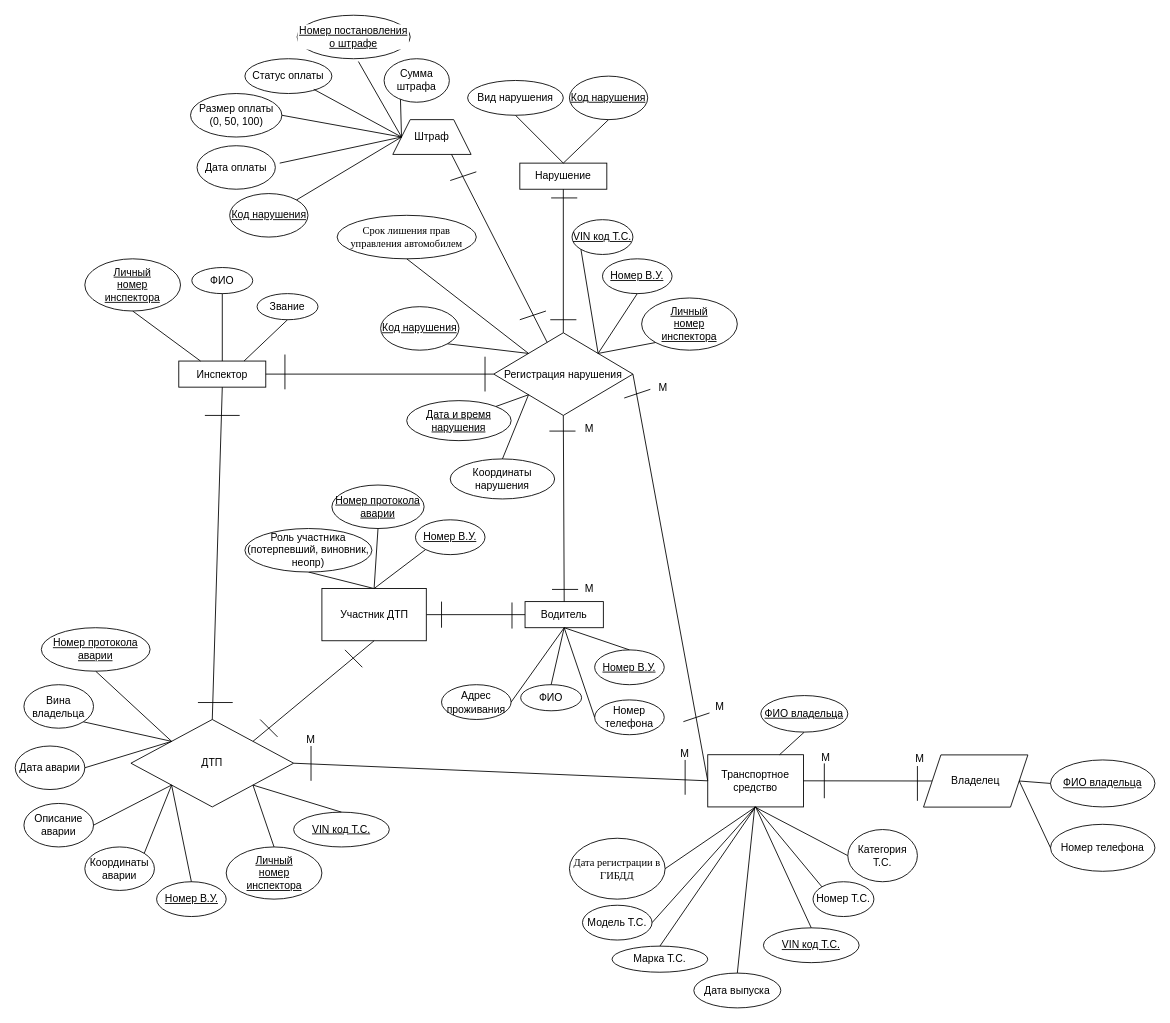
The draw.io diagram Диаграмма без названия.drawio in GAIshnik02/dbLab2, before the edit. Source tidied: cells renumbered, new cells numbered last; positions are measured from the earlier drawing's top-left corner, leaving out a move shared by most shapes. Both pictures are drawn from the tidied source at 87%, with x=0, y=0 at pixel (15, 15).
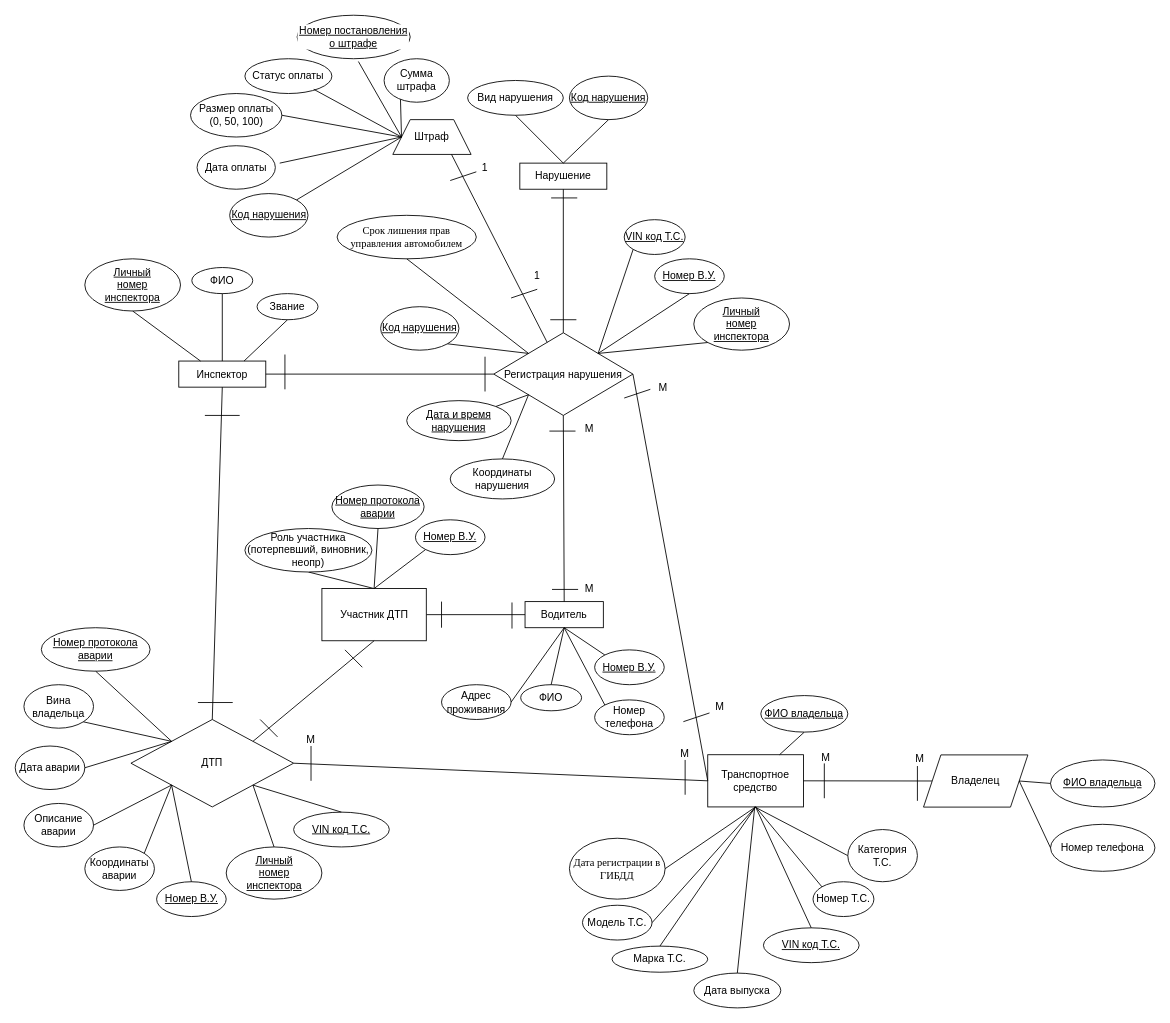
The same diagram, later.

The change refers to these unchanged cells:
```xml
<mxCell id="3" value="Водитель" style="rounded=0;whiteSpace=wrap;html=1;" parent="1" vertex="1">
  <mxGeometry x="586" y="674" width="90" height="30" as="geometry" />
</mxCell>
<mxCell id="6" value="Номер В.У." style="ellipse;whiteSpace=wrap;html=1;fontStyle=4;" parent="1" vertex="1">
  <mxGeometry x="666" y="729.5" width="80" height="40" as="geometry" />
</mxCell>
<mxCell id="8" value="Номер телефона" style="ellipse;whiteSpace=wrap;html=1;" parent="1" vertex="1">
  <mxGeometry x="666" y="787" width="80" height="40" as="geometry" />
</mxCell>
```

What changed in the source:
```diff
@@
-    <mxCell id="7" style="endArrow=none;html=1;rounded=0;entryX=0.5;entryY=0;entryDx=0;entryDy=0;" parent="1" edge="1" target="6">
+    <mxCell id="7" style="endArrow=none;html=1;rounded=0;entryX=0;entryY=0;entryDx=0;entryDy=0;" parent="1" edge="1" target="6">
       <mxGeometry relative="1" as="geometry">
         <mxPoint x="631" y="704" as="sourcePoint" />
       </mxGeometry>
     </mxCell>
@@
-    <mxCell id="9" style="endArrow=none;html=1;rounded=0;entryX=0;entryY=0.5;entryDx=0;entryDy=0;exitX=0.5;exitY=1;exitDx=0;exitDy=0;" parent="1" edge="1" source="3" target="8">
+    <mxCell id="9" style="endArrow=none;html=1;rounded=0;entryX=0;entryY=0;entryDx=0;entryDy=0;exitX=0.5;exitY=1;exitDx=0;exitDy=0;" parent="1" edge="1" source="3" target="8">
       <mxGeometry relative="1" as="geometry" />
     </mxCell>
@@
     <mxCell id="38" value="Номер В.У." style="ellipse;whiteSpace=wrap;html=1;fontStyle=4;" parent="1" vertex="1">
-      <mxGeometry x="675" y="280" width="80" height="40" as="geometry" />
+      <mxGeometry x="735" y="280" width="80" height="40" as="geometry" />
     </mxCell>
@@
     <mxCell id="47" value="&lt;u&gt;Личный&lt;/u&gt;&lt;div&gt;&lt;u&gt;номер&lt;/u&gt;&lt;/div&gt;&lt;div&gt;&lt;u&gt;инспектора&lt;/u&gt;&lt;/div&gt;" style="ellipse;whiteSpace=wrap;html=1;" parent="1" vertex="1">
-      <mxGeometry x="720" y="325" width="110" height="60" as="geometry" />
+      <mxGeometry x="780" y="325" width="110" height="60" as="geometry" />
     </mxCell>
@@
     <mxCell id="49" value="VIN код Т.С." style="ellipse;whiteSpace=wrap;html=1;fontStyle=4;" parent="1" vertex="1">
-      <mxGeometry x="640" y="235" width="70" height="40" as="geometry" />
+      <mxGeometry x="700" y="235" width="70" height="40" as="geometry" />
     </mxCell>
@@
     <mxCell id="122" style="endArrow=none;html=1;rounded=0;" parent="1" edge="1">
       <mxGeometry relative="1" as="geometry">
-        <mxPoint x="580" y="350" as="sourcePoint" />
-        <mxPoint x="610" y="340" as="targetPoint" />
+        <mxPoint x="570" y="325" as="sourcePoint" />
+        <mxPoint x="600" y="315" as="targetPoint" />
       </mxGeometry>
     </mxCell>
@@
+    <mxCell id="136" value="1" style="text;strokeColor=none;align=center;fillColor=none;html=1;verticalAlign=middle;whiteSpace=wrap;rounded=0;" parent="1" vertex="1">
+      <mxGeometry x="570" y="285" width="60" height="30" as="geometry" />
+    </mxCell>
+    <mxCell id="137" value="1" style="text;strokeColor=none;align=center;fillColor=none;html=1;verticalAlign=middle;whiteSpace=wrap;rounded=0;" parent="1" vertex="1">
+      <mxGeometry x="510" y="160" width="60" height="30" as="geometry" />
+    </mxCell>
```
